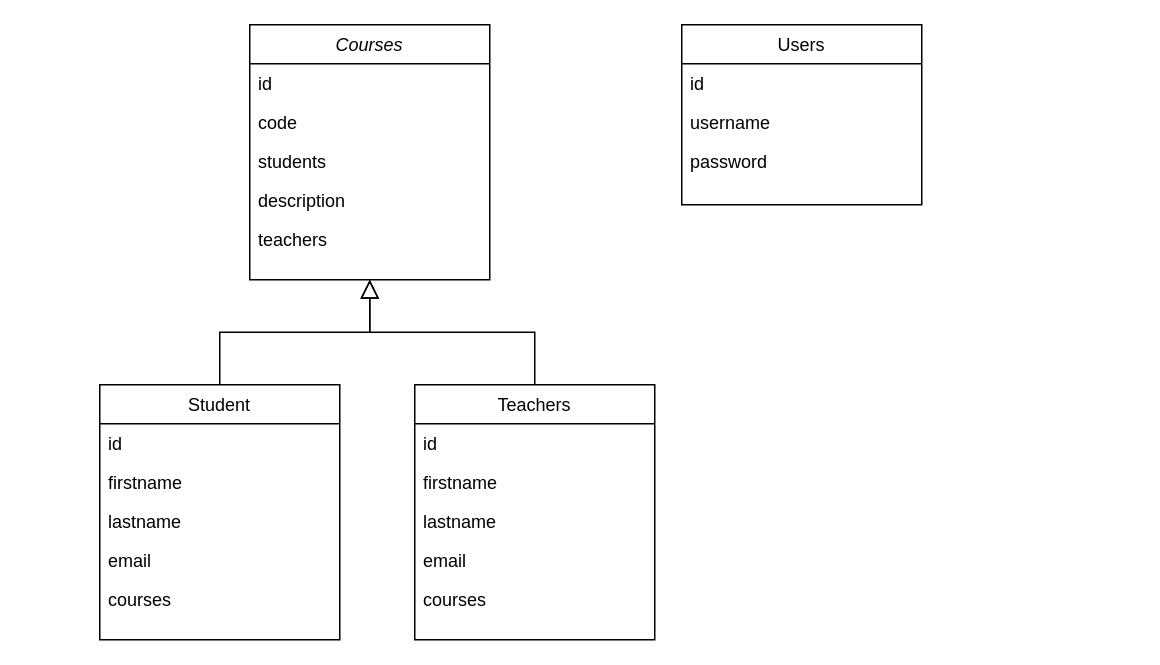
DianaLeo/mongodb_practice keeps this draw.io diagram as 未命名绘图.drawio. Above is the earlier version. Source tidied: cells renumbered, new cells numbered last; positions are measured from the earlier drawing's top-left corner, leaving out a move shared by most shapes. Both pictures are drawn from the tidied source at 150%, with x=0, y=0 at pixel (99, 24).
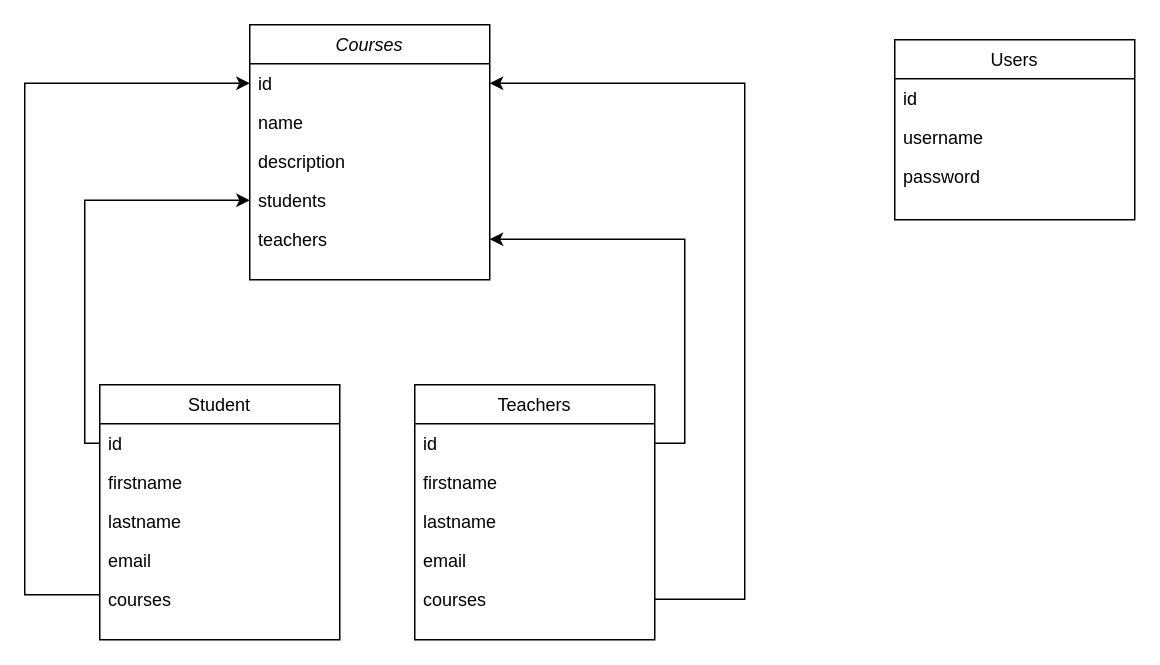
Above is the later version.

Commit message:
更新未命名绘图.drawio

Unchanged cells that the change refers to:
```xml
<mxCell id="2" value="Courses" style="swimlane;fontStyle=2;align=center;verticalAlign=top;horizontal=1;startSize=26;rounded=0;shadow=0;strokeWidth=1;" parent="1" vertex="1">
  <mxGeometry x="100" width="160" height="170" as="geometry" />
</mxCell>
<mxCell id="3" value="id" style="text;align=left;verticalAlign=top;spacingLeft=4;spacingRight=4;overflow=hidden;points=[[0,0.5],[1,0.5]];portConstraint=eastwest;rounded=0;shadow=0;html=0;" parent="2" vertex="1">
  <mxGeometry y="26" width="160" height="26" as="geometry" />
</mxCell>
<mxCell id="7" value="teachers" style="text;align=left;verticalAlign=top;spacingLeft=4;spacingRight=4;overflow=hidden;points=[[0,0.5],[1,0.5]];portConstraint=eastwest;rounded=0;shadow=0;html=0;" parent="2" vertex="1">
  <mxGeometry y="130" width="160" height="26" as="geometry" />
</mxCell>
<mxCell id="8" value="Student" style="swimlane;fontStyle=0;align=center;verticalAlign=top;horizontal=1;startSize=26;rounded=0;shadow=0;strokeWidth=1;" parent="1" vertex="1">
  <mxGeometry y="240" width="160" height="170" as="geometry" />
</mxCell>
<mxCell id="9" value="id" style="text;align=left;verticalAlign=top;spacingLeft=4;spacingRight=4;overflow=hidden;points=[[0,0.5],[1,0.5]];portConstraint=eastwest;" parent="8" vertex="1">
  <mxGeometry y="26" width="160" height="26" as="geometry" />
</mxCell>
<mxCell id="15" value="Teachers" style="swimlane;fontStyle=0;align=center;verticalAlign=top;horizontal=1;startSize=26;rounded=0;shadow=0;strokeWidth=1;" parent="1" vertex="1">
  <mxGeometry x="210" y="240" width="160" height="170" as="geometry" />
</mxCell>
<mxCell id="16" value="id" style="text;align=left;verticalAlign=top;spacingLeft=4;spacingRight=4;overflow=hidden;points=[[0,0.5],[1,0.5]];portConstraint=eastwest;" parent="15" vertex="1">
  <mxGeometry y="26" width="160" height="26" as="geometry" />
</mxCell>
<mxCell id="20" value="courses" style="text;align=left;verticalAlign=top;spacingLeft=4;spacingRight=4;overflow=hidden;points=[[0,0.5],[1,0.5]];portConstraint=eastwest;rounded=0;shadow=0;html=0;" parent="15" vertex="1">
  <mxGeometry y="130" width="160" height="26" as="geometry" />
</mxCell>
```

Change to the diagram source:
```diff
@@
-    <mxCell id="4" value="code" style="text;align=left;verticalAlign=top;spacingLeft=4;spacingRight=4;overflow=hidden;" parent="2" vertex="1">
+    <mxCell id="4" value="name" style="text;align=left;verticalAlign=top;spacingLeft=4;spacingRight=4;overflow=hidden;" parent="2" vertex="1">
       <mxGeometry y="52" width="160" height="26" as="geometry" />
     </mxCell>
+    <mxCell id="6" value="description" style="text;align=left;verticalAlign=top;spacingLeft=4;spacingRight=4;overflow=hidden;rounded=0;shadow=0;html=0;" parent="2" vertex="1">
+      <mxGeometry y="78" width="160" height="26" as="geometry" />
+    </mxCell>
     <mxCell id="5" value="students" style="text;align=left;verticalAlign=top;spacingLeft=4;spacingRight=4;overflow=hidden;points=[[0,0.5],[1,0.5]];portConstraint=eastwest;rounded=0;shadow=0;html=0;" parent="2" vertex="1">
-      <mxGeometry y="78" width="160" height="26" as="geometry" />
+      <mxGeometry y="104" width="160" height="26" as="geometry" />
     </mxCell>
-    <mxCell id="6" value="description" style="text;align=left;verticalAlign=top;spacingLeft=4;spacingRight=4;overflow=hidden;rounded=0;shadow=0;html=0;" parent="2" vertex="1">
-      <mxGeometry y="104" width="160" height="26" as="geometry" />
-    </mxCell>
@@
-    <mxCell id="14" style="endArrow=block;endSize=10;endFill=0;shadow=0;strokeWidth=1;rounded=0;edgeStyle=elbowEdgeStyle;elbow=vertical;" parent="1" edge="1" source="8" target="2">
-      <mxGeometry relative="1" as="geometry" />
-    </mxCell>
@@
-    <mxCell id="21" style="endArrow=block;endSize=10;endFill=0;shadow=0;strokeWidth=1;rounded=0;edgeStyle=elbowEdgeStyle;elbow=vertical;" parent="1" edge="1" source="15" target="2">
-      <mxGeometry relative="1" as="geometry" />
-    </mxCell>
     <mxCell id="22" value="Users" style="swimlane;fontStyle=0;align=center;verticalAlign=top;horizontal=1;startSize=26;rounded=0;shadow=0;strokeWidth=1;" parent="1" vertex="1">
-      <mxGeometry x="388" width="160" height="120" as="geometry" />
+      <mxGeometry x="530" y="10" width="160" height="120" as="geometry" />
     </mxCell>
@@
+    <mxCell id="26" style="edgeStyle=elbowEdgeStyle;jettySize=auto;html=1;rounded=0;entryX=0;entryY=0.5;entryDx=0;entryDy=0;" parent="1" edge="1" target="3">
+      <mxGeometry relative="1" as="geometry">
+        <mxPoint y="380" as="sourcePoint" />
+        <Array as="points">
+          <mxPoint x="-50" y="200" />
+        </Array>
+      </mxGeometry>
+    </mxCell>
+    <mxCell id="27" style="edgeStyle=elbowEdgeStyle;rounded=0;jettySize=auto;html=1;exitX=1;exitY=0.5;exitDx=0;exitDy=0;entryX=1;entryY=0.5;entryDx=0;entryDy=0;" parent="1" edge="1" source="20" target="3">
+      <mxGeometry relative="1" as="geometry">
+        <Array as="points">
+          <mxPoint x="430" y="200" />
+        </Array>
+      </mxGeometry>
+    </mxCell>
+    <mxCell id="28" style="edgeStyle=elbowEdgeStyle;rounded=0;jettySize=auto;html=1;exitX=0;exitY=0.5;exitDx=0;exitDy=0;entryX=0;entryY=0.5;entryDx=0;entryDy=0;" parent="1" edge="1" source="9" target="5">
+      <mxGeometry relative="1" as="geometry">
+        <Array as="points">
+          <mxPoint x="-10" y="180" />
+        </Array>
+      </mxGeometry>
+    </mxCell>
+    <mxCell id="29" style="edgeStyle=elbowEdgeStyle;rounded=0;jettySize=auto;html=1;exitX=1;exitY=0.5;exitDx=0;exitDy=0;entryX=1;entryY=0.5;entryDx=0;entryDy=0;" parent="1" edge="1" source="16" target="7">
+      <mxGeometry relative="1" as="geometry">
+        <Array as="points">
+          <mxPoint x="390" y="200" />
+        </Array>
+      </mxGeometry>
+    </mxCell>
```
